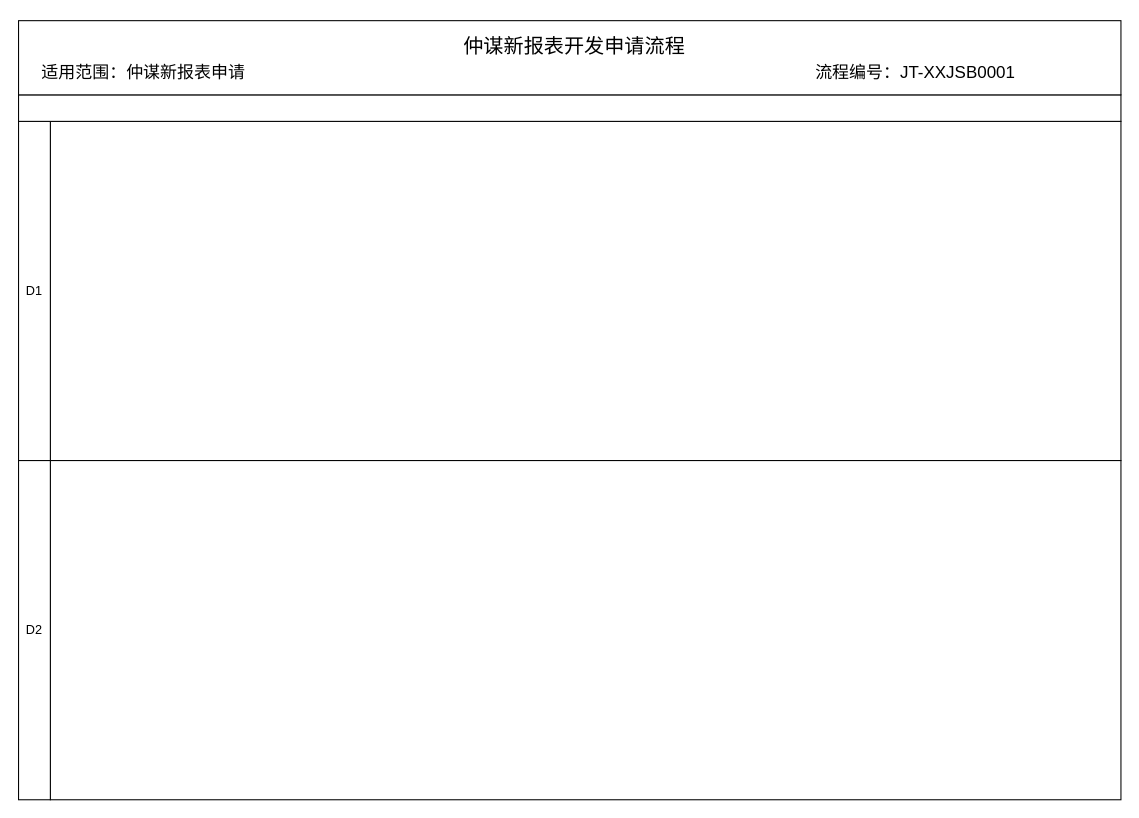
Above: page "新报表开发需求申请流程" (1 of 3) of pet_data_warehouse/内控流程.drawio in fangzheng0518/draw (draw.io), before the change. Source tidied: cells renumbered, new cells numbered last; positions are measured from the earlier drawing's top-left corner, leaving out a move shared by most shapes. Both pictures are drawn from the tidied source at 106%, with x=0, y=0 at pixel (18, 20).
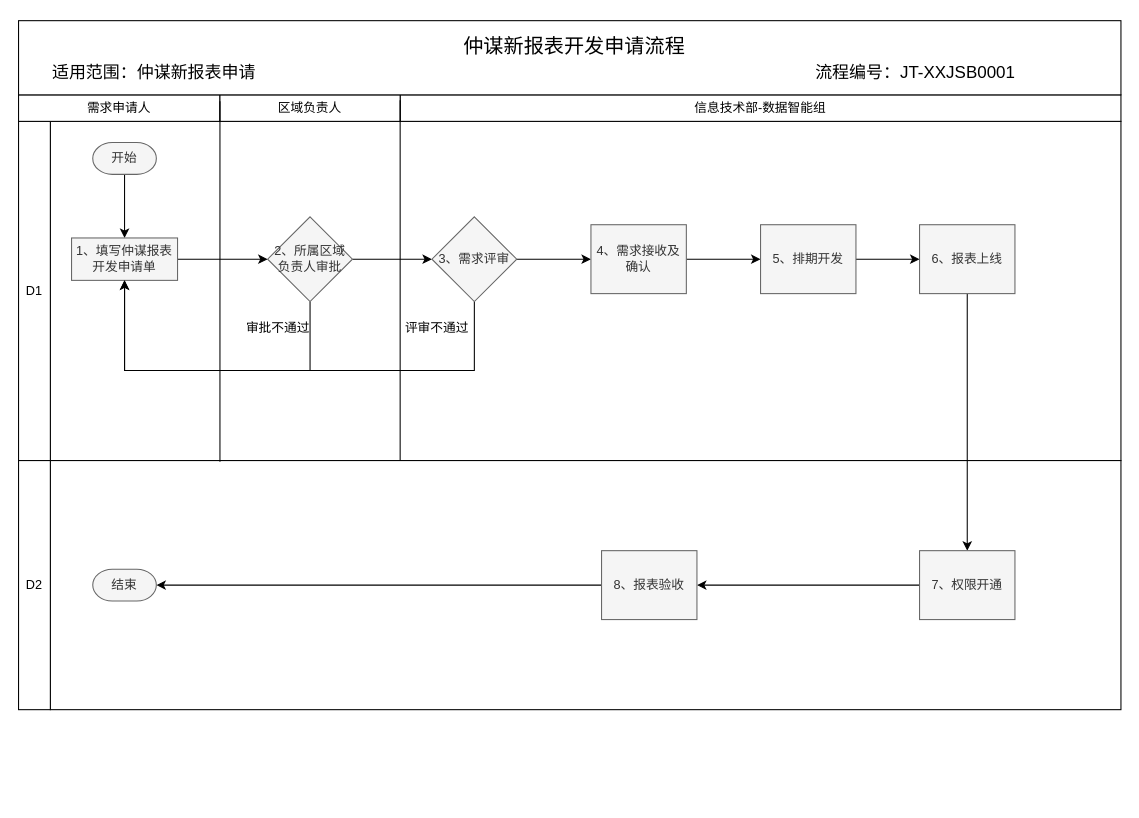
Above is the later version.

Commit message (it also covers changes not shown here):
更新内控流程.drawio

What changed in the source:
```diff
@@
     <mxCell id="3" style="rounded=0;whiteSpace=wrap;html=1;" parent="1" vertex="1">
-      <mxGeometry x="30" y="415" width="1010" height="320" as="geometry" />
+      <mxGeometry x="30" y="415" width="1010" height="235" as="geometry" />
     </mxCell>
@@
     <mxCell id="5" value="D2" style="rounded=0;whiteSpace=wrap;html=1;" parent="1" vertex="1">
-      <mxGeometry y="415" width="30" height="320" as="geometry" />
+      <mxGeometry y="415" width="30" height="235" as="geometry" />
     </mxCell>
-    <mxCell id="6" style="rounded=0;whiteSpace=wrap;html=1;" parent="1" vertex="1">
-      <mxGeometry y="70" width="1040" height="25" as="geometry" />
+    <mxCell id="6" value="需求申请人" style="rounded=0;whiteSpace=wrap;html=1;" parent="1" vertex="1">
+      <mxGeometry y="70" width="190" height="25" as="geometry" />
     </mxCell>
+    <mxCell id="11" value="信息技术部-数据智能组" style="rounded=0;whiteSpace=wrap;html=1;" parent="1" vertex="1">
+      <mxGeometry x="360" y="70" width="680" height="25" as="geometry" />
+    </mxCell>
+    <mxCell id="12" value="区域负责人" style="rounded=0;whiteSpace=wrap;html=1;" parent="1" vertex="1">
+      <mxGeometry x="190" y="70" width="170" height="25" as="geometry" />
+    </mxCell>
+    <mxCell id="13" style="edgeStyle=orthogonalEdgeStyle;rounded=0;jettySize=auto;html=1;exitX=0.5;exitY=1;exitDx=0;exitDy=0;exitPerimeter=0;" parent="1" edge="1" source="14" target="16">
+      <mxGeometry relative="1" as="geometry" />
+    </mxCell>
+    <mxCell id="14" value="开始" style="strokeWidth=1;html=1;shape=mxgraph.flowchart.terminator;whiteSpace=wrap;fillColor=#f5f5f5;strokeColor=#666666;fontColor=#333333;" parent="1" vertex="1">
+      <mxGeometry x="70" y="115" width="60" height="30" as="geometry" />
+    </mxCell>
+    <mxCell id="15" style="edgeStyle=orthogonalEdgeStyle;rounded=0;jettySize=auto;html=1;entryX=0;entryY=0.5;entryDx=0;entryDy=0;" parent="1" edge="1" source="16" target="19">
+      <mxGeometry relative="1" as="geometry" />
+    </mxCell>
+    <mxCell id="16" value="1、填写仲谋报表开发申请单" style="rounded=0;whiteSpace=wrap;html=1;strokeColor=#666666;strokeWidth=1;fillColor=#f5f5f5;fontColor=#333333;" parent="1" vertex="1">
+      <mxGeometry x="50" y="205" width="100" height="40" as="geometry" />
+    </mxCell>
+    <mxCell id="17" style="edgeStyle=orthogonalEdgeStyle;rounded=0;jettySize=auto;html=1;entryX=0.5;entryY=1;entryDx=0;entryDy=0;" parent="1" edge="1" source="19" target="16">
+      <mxGeometry relative="1" as="geometry">
+        <Array as="points">
+          <mxPoint x="275" y="330" />
+          <mxPoint x="100" y="330" />
+        </Array>
+      </mxGeometry>
+    </mxCell>
+    <mxCell id="18" style="edgeStyle=orthogonalEdgeStyle;rounded=0;jettySize=auto;html=1;entryX=0;entryY=0.5;entryDx=0;entryDy=0;" parent="1" edge="1" source="19">
+      <mxGeometry relative="1" as="geometry">
+        <mxPoint x="390" y="225" as="targetPoint" />
+      </mxGeometry>
+    </mxCell>
+    <mxCell id="19" value="2、所属区域负责人审批" style="rhombus;whiteSpace=wrap;html=1;strokeColor=#666666;strokeWidth=1;fillColor=#f5f5f5;fontColor=#333333;" parent="1" vertex="1">
+      <mxGeometry x="235" y="185" width="80" height="80" as="geometry" />
+    </mxCell>
+    <mxCell id="20" value="审批不通过" style="text;html=1;strokeColor=none;fillColor=none;align=center;verticalAlign=middle;whiteSpace=wrap;rounded=0;" parent="1" vertex="1">
+      <mxGeometry x="210" y="280" width="70" height="20" as="geometry" />
+    </mxCell>
+    <mxCell id="21" style="endArrow=none;html=1;" parent="1" edge="1">
+      <mxGeometry relative="1" as="geometry">
+        <mxPoint x="190" y="416" as="sourcePoint" />
+        <mxPoint x="190" y="76" as="targetPoint" />
+      </mxGeometry>
+    </mxCell>
+    <mxCell id="22" style="endArrow=none;html=1;" parent="1" edge="1">
+      <mxGeometry relative="1" as="geometry">
+        <mxPoint x="360" y="415" as="sourcePoint" />
+        <mxPoint x="360" y="75" as="targetPoint" />
+      </mxGeometry>
+    </mxCell>
+    <mxCell id="23" style="edgeStyle=orthogonalEdgeStyle;rounded=0;jettySize=auto;html=1;entryX=0;entryY=0.5;entryDx=0;entryDy=0;exitX=1;exitY=0.5;exitDx=0;exitDy=0;" parent="1" edge="1" source="27" target="25">
+      <mxGeometry relative="1" as="geometry" />
+    </mxCell>
+    <mxCell id="24" style="edgeStyle=orthogonalEdgeStyle;rounded=0;jettySize=auto;html=1;entryX=0;entryY=0.5;entryDx=0;entryDy=0;" parent="1" edge="1" source="25" target="30">
+      <mxGeometry relative="1" as="geometry" />
+    </mxCell>
+    <mxCell id="25" value="4、需求接收及确认" style="rounded=0;whiteSpace=wrap;html=1;strokeColor=#666666;strokeWidth=1;fillColor=#f5f5f5;fontColor=#333333;" parent="1" vertex="1">
+      <mxGeometry x="540" y="192.5" width="90" height="65" as="geometry" />
+    </mxCell>
+    <mxCell id="26" style="edgeStyle=orthogonalEdgeStyle;rounded=0;jettySize=auto;html=1;entryX=0.5;entryY=1;entryDx=0;entryDy=0;" parent="1" edge="1" source="27" target="16">
+      <mxGeometry relative="1" as="geometry">
+        <Array as="points">
+          <mxPoint x="430" y="330" />
+          <mxPoint x="100" y="330" />
+        </Array>
+      </mxGeometry>
+    </mxCell>
+    <mxCell id="27" value="3、需求评审" style="rhombus;whiteSpace=wrap;html=1;strokeColor=#666666;strokeWidth=1;fillColor=#f5f5f5;fontColor=#333333;" parent="1" vertex="1">
+      <mxGeometry x="390" y="185" width="80" height="80" as="geometry" />
+    </mxCell>
+    <mxCell id="28" value="评审不通过" style="text;html=1;strokeColor=none;fillColor=none;align=center;verticalAlign=middle;whiteSpace=wrap;rounded=0;" parent="1" vertex="1">
+      <mxGeometry x="360" y="280" width="70" height="20" as="geometry" />
+    </mxCell>
+    <mxCell id="29" style="edgeStyle=orthogonalEdgeStyle;rounded=0;jettySize=auto;html=1;entryX=0;entryY=0.5;entryDx=0;entryDy=0;" parent="1" edge="1" source="30" target="32">
+      <mxGeometry relative="1" as="geometry" />
+    </mxCell>
+    <mxCell id="30" value="5、排期开发" style="rounded=0;whiteSpace=wrap;html=1;strokeColor=#666666;strokeWidth=1;fillColor=#f5f5f5;fontColor=#333333;" parent="1" vertex="1">
+      <mxGeometry x="700" y="192.5" width="90" height="65" as="geometry" />
+    </mxCell>
+    <mxCell id="31" style="edgeStyle=orthogonalEdgeStyle;rounded=0;jettySize=auto;html=1;entryX=0.5;entryY=0;entryDx=0;entryDy=0;" parent="1" edge="1" source="32" target="34">
+      <mxGeometry relative="1" as="geometry" />
+    </mxCell>
+    <mxCell id="32" value="6、报表上线" style="rounded=0;whiteSpace=wrap;html=1;strokeColor=#666666;strokeWidth=1;fillColor=#f5f5f5;fontColor=#333333;" parent="1" vertex="1">
+      <mxGeometry x="850" y="192.5" width="90" height="65" as="geometry" />
+    </mxCell>
+    <mxCell id="33" style="edgeStyle=orthogonalEdgeStyle;rounded=0;jettySize=auto;html=1;" parent="1" edge="1" source="34" target="36">
+      <mxGeometry relative="1" as="geometry" />
+    </mxCell>
+    <mxCell id="34" value="7、权限开通" style="rounded=0;whiteSpace=wrap;html=1;strokeColor=#666666;strokeWidth=1;fillColor=#f5f5f5;fontColor=#333333;" parent="1" vertex="1">
+      <mxGeometry x="850" y="500" width="90" height="65" as="geometry" />
+    </mxCell>
+    <mxCell id="35" style="edgeStyle=orthogonalEdgeStyle;rounded=0;jettySize=auto;html=1;" parent="1" edge="1" source="36" target="37">
+      <mxGeometry relative="1" as="geometry" />
+    </mxCell>
+    <mxCell id="36" value="8、报表验收" style="rounded=0;whiteSpace=wrap;html=1;strokeColor=#666666;strokeWidth=1;fillColor=#f5f5f5;fontColor=#333333;" parent="1" vertex="1">
+      <mxGeometry x="550" y="500" width="90" height="65" as="geometry" />
+    </mxCell>
+    <mxCell id="37" value="结束" style="strokeWidth=1;html=1;shape=mxgraph.flowchart.terminator;whiteSpace=wrap;fillColor=#f5f5f5;strokeColor=#666666;fontColor=#333333;" parent="1" vertex="1">
+      <mxGeometry x="70" y="517.5" width="60" height="30" as="geometry" />
+    </mxCell>
+    <mxCell id="38" style="group;" parent="1" vertex="1">
+      <mxGeometry width="1040" height="70" as="geometry" />
+    </mxCell>
+    <mxCell id="39" style="group;" parent="38" vertex="1">
+      <mxGeometry width="1040" height="70" as="geometry" />
+    </mxCell>
-    <mxCell id="7" style="rounded=0;whiteSpace=wrap;html=1;" parent="1" vertex="1">
+    <mxCell id="7" style="rounded=0;whiteSpace=wrap;html=1;" parent="39" vertex="1">
       <mxGeometry width="1040" height="70" as="geometry" />
     </mxCell>
-    <mxCell id="8" value="&lt;p class=&quot;MsoNormal&quot; style=&quot;margin-bottom: 8pt ; line-height: 15.6933px ; font-family: &amp;#34;calibri&amp;#34; ; font-size: 19px&quot;&gt;&lt;span&gt;仲谋新报表开发申请&lt;/span&gt;&lt;span&gt;&lt;font face=&quot;宋体&quot; style=&quot;font-size: 19px&quot;&gt;流程&lt;/font&gt;&lt;/span&gt;&lt;/p&gt;" style="text;html=1;strokeColor=none;fillColor=none;align=left;verticalAlign=middle;whiteSpace=wrap;rounded=0;" parent="1" vertex="1">
+    <mxCell id="8" value="&lt;p class=&quot;MsoNormal&quot; style=&quot;margin-bottom: 8pt ; line-height: 15.6933px ; font-family: &amp;#34;calibri&amp;#34; ; font-size: 19px&quot;&gt;&lt;span&gt;仲谋新报表开发申请&lt;/span&gt;&lt;span&gt;&lt;font face=&quot;宋体&quot; style=&quot;font-size: 19px&quot;&gt;流程&lt;/font&gt;&lt;/span&gt;&lt;/p&gt;" style="text;html=1;strokeColor=none;fillColor=none;align=left;verticalAlign=middle;whiteSpace=wrap;rounded=0;" parent="39" vertex="1">
       <mxGeometry x="417.5" y="10" width="235" height="20" as="geometry" />
     </mxCell>
-    <mxCell id="9" value="&lt;p class=&quot;MsoNormal&quot; style=&quot;margin-bottom: 8pt ; line-height: 15.6933px ; font-family: &amp;#34;calibri&amp;#34;&quot;&gt;&lt;span style=&quot;font-size: 16px&quot;&gt;适用范围：仲谋新报表申请&lt;/span&gt;&lt;/p&gt;" style="text;html=1;strokeColor=none;fillColor=none;align=left;verticalAlign=middle;whiteSpace=wrap;rounded=0;" parent="1" vertex="1">
-      <mxGeometry x="20" y="40" width="220" height="20" as="geometry" />
+    <mxCell id="9" value="&lt;p class=&quot;MsoNormal&quot; style=&quot;margin-bottom: 8pt ; line-height: 15.6933px ; font-family: &amp;#34;calibri&amp;#34;&quot;&gt;&lt;span style=&quot;font-size: 16px&quot;&gt;适用范围：仲谋新报表申请&lt;/span&gt;&lt;/p&gt;" style="text;html=1;strokeColor=none;fillColor=none;align=left;verticalAlign=middle;whiteSpace=wrap;rounded=0;" parent="39" vertex="1">
+      <mxGeometry x="30" y="40" width="220" height="20" as="geometry" />
     </mxCell>
-    <mxCell id="10" value="&lt;p class=&quot;MsoNormal&quot; style=&quot;margin-bottom: 8pt ; line-height: 15.6933px ; font-family: &amp;#34;calibri&amp;#34;&quot;&gt;&lt;span style=&quot;font-size: 16px&quot;&gt;流程编号：JT-XXJSB0001&lt;/span&gt;&lt;/p&gt;" style="text;html=1;strokeColor=none;fillColor=none;align=left;verticalAlign=middle;whiteSpace=wrap;rounded=0;" parent="1" vertex="1">
+    <mxCell id="10" value="&lt;p class=&quot;MsoNormal&quot; style=&quot;margin-bottom: 8pt ; line-height: 15.6933px ; font-family: &amp;#34;calibri&amp;#34;&quot;&gt;&lt;span style=&quot;font-size: 16px&quot;&gt;流程编号：JT-XXJSB0001&lt;/span&gt;&lt;/p&gt;" style="text;html=1;strokeColor=none;fillColor=none;align=left;verticalAlign=middle;whiteSpace=wrap;rounded=0;" parent="39" vertex="1">
       <mxGeometry x="750" y="40" width="210" height="20" as="geometry" />
     </mxCell>
```
